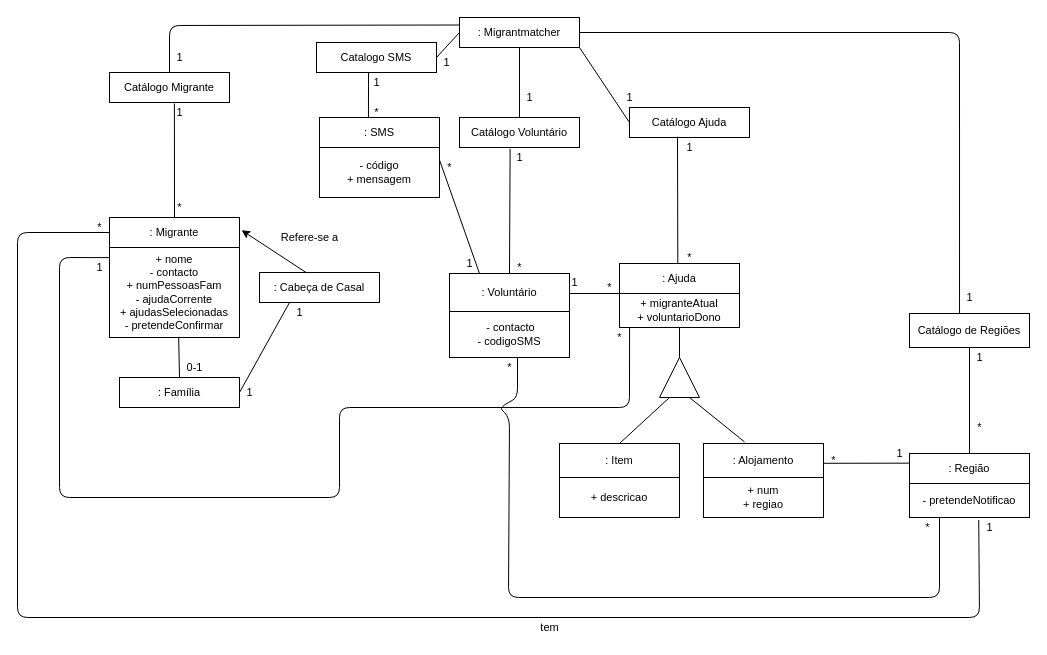
This is MMmodelodominio.drawio from RuiMartins05/DCO, a draw.io file, before an edit. Source tidied: cells renumbered, new cells numbered last; positions are measured from the earlier drawing's top-left corner, leaving out a move shared by most shapes. Both pictures are drawn from the tidied source at 100%, with x=0, y=0 at pixel (17, 17).
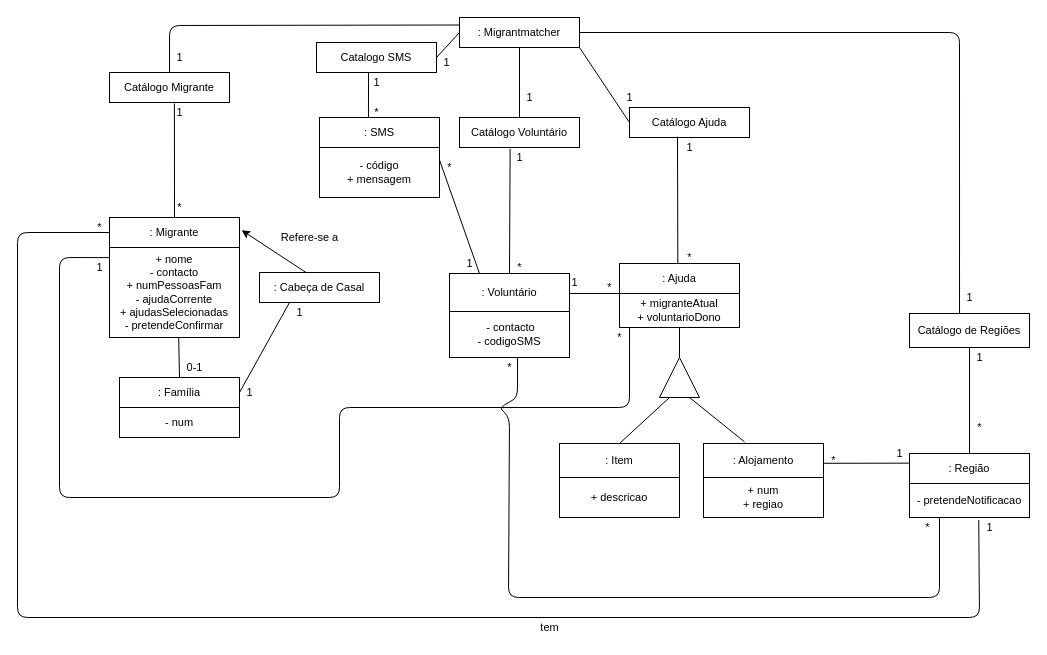
After the change.

The change refers to these unchanged cells:
```xml
<mxCell id="69" style="group;strokeWidth=1;fontSize=11;labelBackgroundColor=none;" parent="1" vertex="1">
  <mxGeometry x="892" y="436" width="120" height="64" as="geometry" />
</mxCell>
```

Change to the diagram source:
```diff
@@
-    <mxCell id="71" value="- pretendeNotificao" style="rounded=0;whiteSpace=wrap;html=1;strokeWidth=1;fontSize=11;labelBackgroundColor=none;" parent="69" vertex="1">
+    <mxCell id="71" value="- pretendeNotificacao" style="rounded=0;whiteSpace=wrap;html=1;strokeWidth=1;fontSize=11;labelBackgroundColor=none;" parent="69" vertex="1">
       <mxGeometry y="30" width="120" height="34" as="geometry" />
     </mxCell>
@@
+    <mxCell id="84" value="- num" style="whiteSpace=wrap;html=1;strokeWidth=1;fontSize=11;labelBackgroundColor=none;" parent="1" vertex="1">
+      <mxGeometry x="102" y="390" width="120" height="30" as="geometry" />
+    </mxCell>
```
